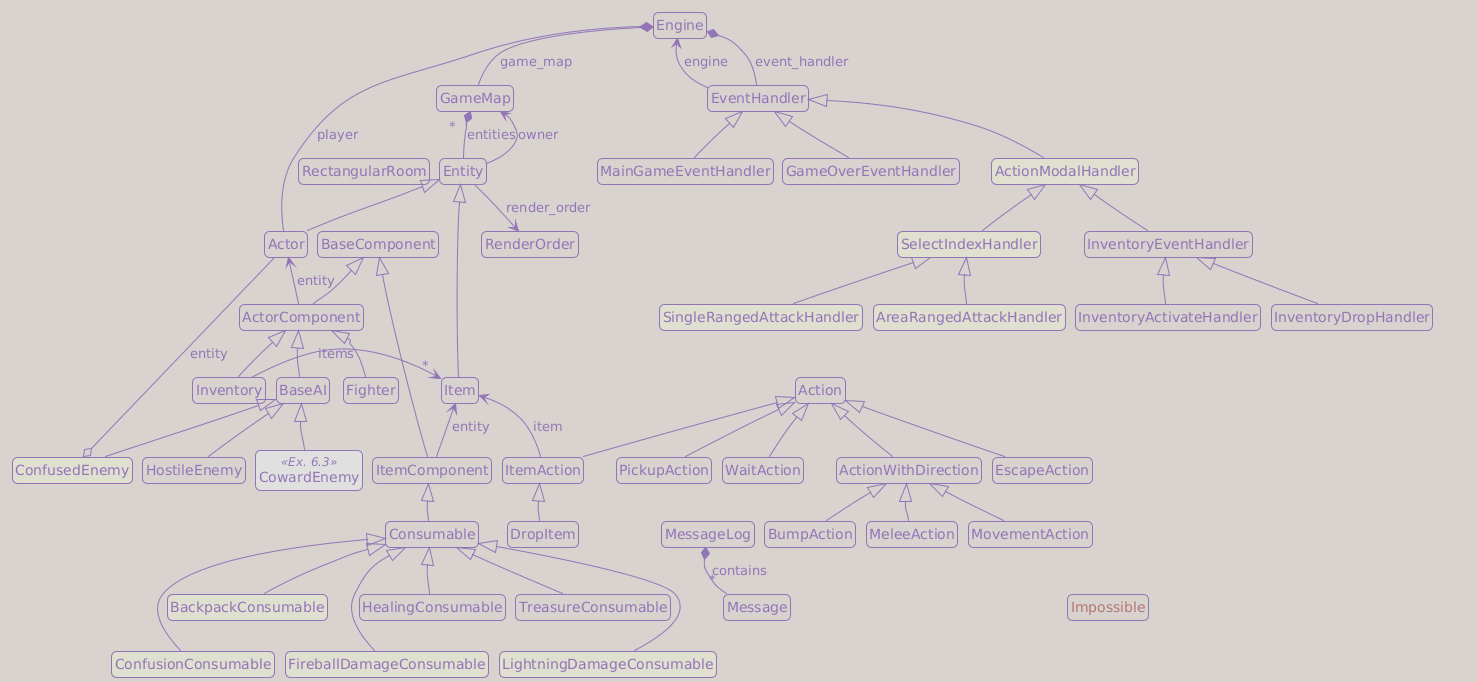
The PlantUML diagram content/tutorials/tcod/v3/images/part9_classes.png in Darky-Lucera/roguelike-tutorials-website, before a commit.
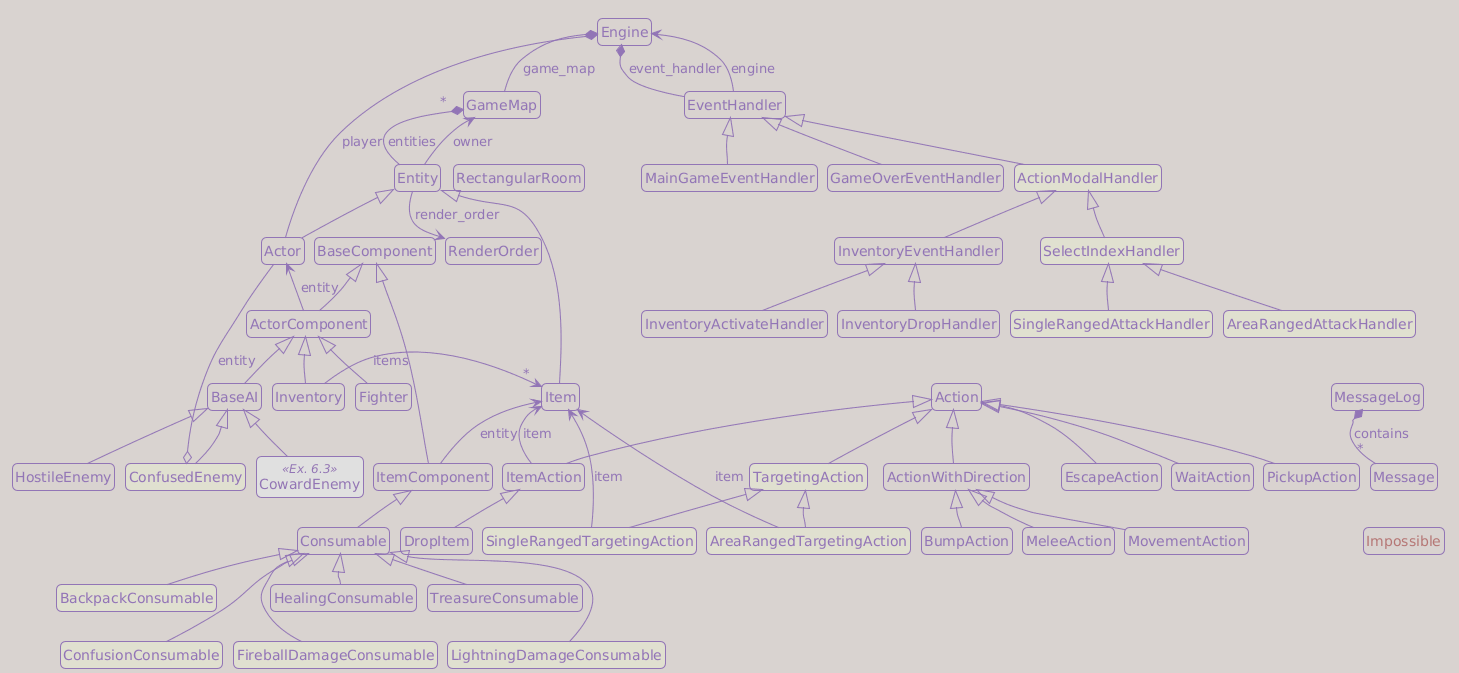
The same diagram one commit later.

Change to the diagram source:
```diff
@@ -116,6 +116,15 @@
 class "DropItem" as game.actions.DropItem {
 }
 
+class "TargetingAction" as game.actions.TargetingAction #e0e0d0 {
+}
+
+class "SingleRangedTargetingAction" as game.actions.SingleRangedTargetingAction #e0e0d0 {
+}
+
+class "AreaRangedTargetingAction" as game.actions.AreaRangedTargetingAction #e0e0d0 {
+}
+
 class "ActorComponent" as game.entities.components.base_component.ActorComponent {
 }
 
@@ -171,6 +180,9 @@
 game.actions.Action <|-- game.actions.PickupAction
 game.actions.Action <|-- game.actions.ItemAction
 game.actions.ItemAction <|-- game.actions.DropItem
+game.actions.Action <|-- game.actions.TargetingAction
+game.actions.TargetingAction <|-- game.actions.SingleRangedTargetingAction
+game.actions.TargetingAction <|-- game.actions.AreaRangedTargetingAction
 
 game.entities.entity.Entity <|-- game.entities.entity.Actor
 game.entities.entity.Entity <|-- game.entities.entity.Item
@@ -215,6 +227,8 @@
 game.entities.components.base_component.ItemComponent -up-> game.entities.entity.Item : entity
 game.entities.components.inventory.Inventory -right-> " * " game.entities.entity.Item : items
 game.actions.ItemAction -up-> game.entities.entity.Item : item
+game.actions.SingleRangedTargetingAction -up-> game.entities.entity.Item : item
+game.actions.AreaRangedTargetingAction -up-> game.entities.entity.Item : item
 game.entities.entity.Actor --o game.entities.components.ai.ConfusedEnemy : entity
 
 game.message_log.MessageLog *-- "*" game.message_log.Message : contains
@@ -242,10 +256,14 @@
 game.actions.Action -[hidden]down- game.actions.EscapeAction
 game.actions.Action -[hidden]down- game.actions.PickupAction
 game.actions.Action -[hidden]down- game.actions.ItemAction
+game.actions.Action -[hidden]down- game.actions.TargetingAction
 game.actions.Action -[hidden]down- game.exceptions.Impossible
 
 game.entities.entity.Item -[hidden]down- game.actions.ItemAction
 game.actions.ItemAction -[hidden]down- game.actions.DropItem
+game.actions.TargetingAction -[hidden]down- game.actions.SingleRangedTargetingAction
+game.actions.TargetingAction -[hidden]down- game.actions.AreaRangedTargetingAction
+game.actions.SingleRangedTargetingAction -[hidden]right- game.actions.AreaRangedTargetingAction
 
 game.actions.ActionWithDirection -[hidden]down- game.actions.BumpAction
 game.actions.ActionWithDirection -[hidden]down- game.actions.MeleeAction
@@ -288,7 +306,5 @@
 game.input_handlers.SelectIndexHandler -[hidden]down- game.input_handlers.SingleRangedAttackHandler
 
 game.message_log.MessageLog -[hidden]down- game.message_log.Message
-game.actions.WaitAction -[hidden]down- game.message_log.MessageLog
-
-game.message_log.MessageLog -[hidden]down- game.exceptions.Impossible
+game.message_log.Message -[hidden]down- game.exceptions.Impossible
 @enduml
```
